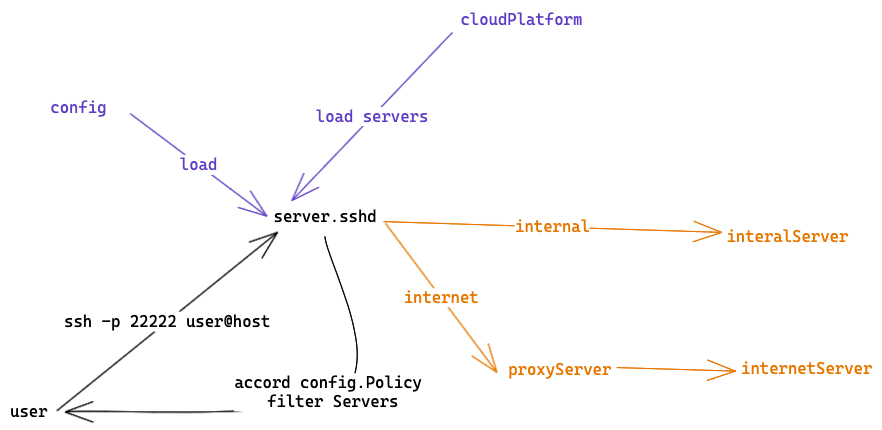
Before: .excalidraw.png, a diagram exported from Excalidraw (xops-infra/jms). Source tidied: one line per element, renumbered; positions are measured from the earlier drawing's top-left corner, leaving out a move shared by most shapes. The source it was exported from:
```json
{"id": 0, "type": "text", "text": "config", "strokeColor": "#5f3dc4", "strokeWidth": 1, "roughness": 0, "fontSize": 16, "fontFamily": 3, "x": 228, "y": 88, "width": 56, "height": 19}
{"id": 1, "type": "text", "text": "server.sshd", "strokeColor": "#000000", "strokeWidth": 1, "roughness": 0, "fontSize": 16, "fontFamily": 3, "x": 451, "y": 197, "width": 103, "height": 19}
{"id": 2, "type": "arrow", "strokeColor": "#5f3dc4", "strokeWidth": 1, "roughness": 0, "endArrowhead": "arrow", "round": true, "to": 1, "x": 308, "y": 104, "width": 136, "height": 102, "points": [[0, 0], [136, 102]]}
{"id": 3, "type": "text", "text": "load", "strokeColor": "#5f3dc4", "strokeWidth": 1, "roughness": 0, "fontSize": 16, "fontFamily": 3, "textAlign": "center", "verticalAlign": "middle", "inside": 2, "x": 37, "y": 430, "width": 38, "height": 19}
{"id": 4, "type": "text", "text": "cloudPlatform", "strokeColor": "#5f3dc4", "strokeWidth": 1, "roughness": 0, "fontSize": 16, "fontFamily": 3, "x": 638, "y": 0, "width": 122, "height": 19}
{"id": 5, "type": "arrow", "strokeColor": "#5f3dc4", "strokeWidth": 1, "roughness": 0, "endArrowhead": "arrow", "round": true, "from": 4, "to": 1, "x": 630, "y": 23, "width": 160, "height": 168, "points": [[0, 0], [-160, 168]]}
{"id": 6, "type": "text", "text": "load servers", "strokeColor": "#5f3dc4", "strokeWidth": 1, "roughness": 0, "fontSize": 16, "fontFamily": 3, "textAlign": "center", "verticalAlign": "middle", "inside": 5, "x": 0, "y": 633, "width": 112, "height": 19}
{"id": 7, "type": "text", "text": "interalServer", "strokeColor": "#e67700", "strokeWidth": 1, "roughness": 0, "fontSize": 16, "fontFamily": 3, "x": 904, "y": 217, "width": 122, "height": 19}
{"id": 8, "type": "text", "text": "internetServer", "strokeColor": "#e67700", "strokeWidth": 1, "roughness": 0, "fontSize": 16, "fontFamily": 3, "x": 919, "y": 349, "width": 131, "height": 19}
{"id": 9, "type": "text", "text": "proxyServer", "strokeColor": "#e67700", "strokeWidth": 1, "roughness": 0, "fontSize": 16, "fontFamily": 3, "x": 686, "y": 350, "width": 103, "height": 19}
{"id": 10, "type": "arrow", "strokeColor": "#e67700", "strokeWidth": 1, "roughness": 0, "endArrowhead": "arrow", "round": true, "from": 1, "to": 7, "x": 561, "y": 212, "width": 338, "height": 11, "points": [[0, 0], [338, 11]]}
{"id": 11, "type": "text", "text": "internal", "strokeColor": "#e67700", "strokeWidth": 1, "roughness": 0, "fontSize": 16, "fontFamily": 3, "textAlign": "center", "verticalAlign": "middle", "inside": 10, "x": 100, "y": 727, "width": 75, "height": 19}
{"id": 12, "type": "arrow", "strokeColor": "#e67700", "strokeWidth": 1, "roughness": 0, "endArrowhead": "arrow", "round": true, "from": 1, "to": 9, "x": 563, "y": 213, "width": 112, "height": 149, "points": [[0, 0], [112, 149]]}
{"id": 13, "type": "text", "text": "internet", "strokeColor": "#e67700", "strokeWidth": 1, "roughness": 0, "fontSize": 16, "fontFamily": 3, "textAlign": "center", "verticalAlign": "middle", "inside": 12, "x": 177, "y": 686, "width": 75, "height": 19}
{"id": 14, "type": "arrow", "strokeColor": "#e67700", "strokeWidth": 1, "roughness": 0, "endArrowhead": "arrow", "round": true, "from": 9, "to": 8, "x": 795, "y": 358, "width": 119, "height": 4, "points": [[0, 0], [119, 4]]}
{"id": 15, "type": "text", "text": "user", "strokeColor": "#000000", "strokeWidth": 1, "roughness": 0, "fontSize": 16, "fontFamily": 3, "x": 188, "y": 392, "width": 38, "height": 19}
{"id": 16, "type": "arrow", "strokeColor": "#000000", "strokeWidth": 1, "roughness": 0, "endArrowhead": "arrow", "round": true, "from": 15, "to": 1, "x": 235, "y": 401, "width": 221, "height": 178, "points": [[0, 0], [221, -178]]}
{"id": 17, "type": "text", "text": "ssh -p 22222 user@host", "strokeColor": "#000000", "strokeWidth": 1, "roughness": 0, "fontSize": 16, "fontFamily": 3, "textAlign": "center", "verticalAlign": "middle", "inside": 16, "x": 224, "y": 375, "width": 206, "height": 19}
{"id": 18, "type": "arrow", "strokeColor": "#000000", "strokeWidth": 1, "roughness": 0, "endArrowhead": "arrow", "round": true, "from": 1, "to": 15, "x": 495, "y": 227, "width": 276, "height": 175, "points": [[0, 0], [16, 156], [-260, 175]]}
{"id": 19, "type": "text", "text": "accord config.Policy \nfilter Servers", "strokeColor": "#000000", "strokeWidth": 1, "roughness": 0, "fontSize": 16, "fontFamily": 3, "textAlign": "center", "verticalAlign": "middle", "inside": 18, "x": 412, "y": 363, "width": 197, "height": 38}
```
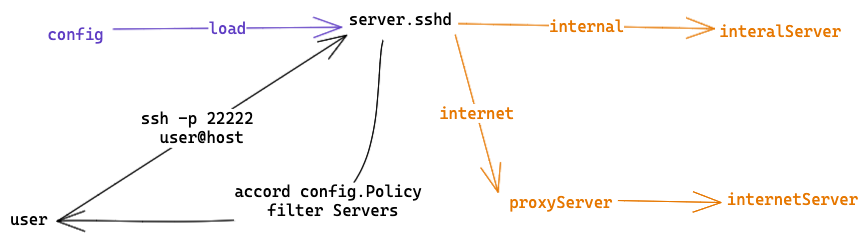
The same file after the commit.

The edit, as a diff of the source:
```diff
@@ -1,20 +1,17 @@
-{"id": 0, "type": "text", "text": "config", "strokeColor": "#5f3dc4", "strokeWidth": 1, "roughness": 0, "fontSize": 16, "fontFamily": 3, "x": 228, "y": 88, "width": 56, "height": 19}
+{"id": 0, "type": "text", "text": "config", "strokeColor": "#5f3dc4", "strokeWidth": 1, "roughness": 0, "fontSize": 16, "fontFamily": 3, "x": 225, "y": 206, "width": 56, "height": 19}
-{"id": 1, "type": "text", "text": "server.sshd", "strokeColor": "#000000", "strokeWidth": 1, "roughness": 0, "fontSize": 16, "fontFamily": 3, "x": 451, "y": 197, "width": 103, "height": 19}
+{"id": 1, "type": "text", "text": "server.sshd", "strokeColor": "#000000", "strokeWidth": 1, "roughness": 0, "fontSize": 16, "fontFamily": 3, "x": 527, "y": 191, "width": 103, "height": 19}
-{"id": 2, "type": "arrow", "strokeColor": "#5f3dc4", "strokeWidth": 1, "roughness": 0, "endArrowhead": "arrow", "round": true, "to": 1, "x": 308, "y": 104, "width": 136, "height": 102, "points": [[0, 0], [136, 102]]}
+{"id": 2, "type": "arrow", "strokeColor": "#5f3dc4", "strokeWidth": 1, "roughness": 0, "endArrowhead": "arrow", "round": true, "from": 0, "to": 1, "x": 291, "y": 210, "width": 228, "height": 2, "points": [[0, 0], [228, -2]]}
 {"id": 3, "type": "text", "text": "load", "strokeColor": "#5f3dc4", "strokeWidth": 1, "roughness": 0, "fontSize": 16, "fontFamily": 3, "textAlign": "center", "verticalAlign": "middle", "inside": 2, "x": 37, "y": 430, "width": 38, "height": 19}
-{"id": 4, "type": "text", "text": "cloudPlatform", "strokeColor": "#5f3dc4", "strokeWidth": 1, "roughness": 0, "fontSize": 16, "fontFamily": 3, "x": 638, "y": 0, "width": 122, "height": 19}
-{"id": 5, "type": "arrow", "strokeColor": "#5f3dc4", "strokeWidth": 1, "roughness": 0, "endArrowhead": "arrow", "round": true, "from": 4, "to": 1, "x": 630, "y": 23, "width": 160, "height": 168, "points": [[0, 0], [-160, 168]]}
-{"id": 6, "type": "text", "text": "load servers", "strokeColor": "#5f3dc4", "strokeWidth": 1, "roughness": 0, "fontSize": 16, "fontFamily": 3, "textAlign": "center", "verticalAlign": "middle", "inside": 5, "x": 0, "y": 633, "width": 112, "height": 19}
-{"id": 7, "type": "text", "text": "interalServer", "strokeColor": "#e67700", "strokeWidth": 1, "roughness": 0, "fontSize": 16, "fontFamily": 3, "x": 904, "y": 217, "width": 122, "height": 19}
+{"id": 7, "type": "text", "text": "interalServer", "strokeColor": "#e67700", "strokeWidth": 1, "roughness": 0, "fontSize": 16, "fontFamily": 3, "x": 897, "y": 204, "width": 122, "height": 19}
-{"id": 8, "type": "text", "text": "internetServer", "strokeColor": "#e67700", "strokeWidth": 1, "roughness": 0, "fontSize": 16, "fontFamily": 3, "x": 919, "y": 349, "width": 131, "height": 19}
+{"id": 8, "type": "text", "text": "internetServer", "strokeColor": "#e67700", "strokeWidth": 1, "roughness": 0, "fontSize": 16, "fontFamily": 3, "x": 905, "y": 371, "width": 131, "height": 19}
-{"id": 9, "type": "text", "text": "proxyServer", "strokeColor": "#e67700", "strokeWidth": 1, "roughness": 0, "fontSize": 16, "fontFamily": 3, "x": 686, "y": 350, "width": 103, "height": 19}
+{"id": 9, "type": "text", "text": "proxyServer", "strokeColor": "#e67700", "strokeWidth": 1, "roughness": 0, "fontSize": 16, "fontFamily": 3, "x": 687, "y": 374, "width": 103, "height": 19}
-{"id": 10, "type": "arrow", "strokeColor": "#e67700", "strokeWidth": 1, "roughness": 0, "endArrowhead": "arrow", "round": true, "from": 1, "to": 7, "x": 561, "y": 212, "width": 338, "height": 11, "points": [[0, 0], [338, 11]]}
+{"id": 10, "type": "arrow", "strokeColor": "#e67700", "strokeWidth": 1, "roughness": 0, "endArrowhead": "arrow", "round": true, "from": 1, "to": 7, "x": 636, "y": 205, "width": 256, "height": 5, "points": [[0, 0], [256, 5]]}
-{"id": 11, "type": "text", "text": "internal", "strokeColor": "#e67700", "strokeWidth": 1, "roughness": 0, "fontSize": 16, "fontFamily": 3, "textAlign": "center", "verticalAlign": "middle", "inside": 10, "x": 100, "y": 727, "width": 75, "height": 19}
+{"id": 11, "type": "text", "text": "internal", "strokeColor": "#e67700", "strokeWidth": 1, "roughness": 0, "fontSize": 16, "fontFamily": 3, "textAlign": "center", "verticalAlign": "middle", "inside": 10, "x": 693, "y": 207, "width": 75, "height": 19}
-{"id": 12, "type": "arrow", "strokeColor": "#e67700", "strokeWidth": 1, "roughness": 0, "endArrowhead": "arrow", "round": true, "from": 1, "to": 9, "x": 563, "y": 213, "width": 112, "height": 149, "points": [[0, 0], [112, 149]]}
+{"id": 12, "type": "arrow", "strokeColor": "#e67700", "strokeWidth": 1, "roughness": 0, "endArrowhead": "arrow", "round": true, "from": 1, "to": 9, "x": 633, "y": 216, "width": 43, "height": 157, "points": [[0, 0], [43, 157]]}
-{"id": 13, "type": "text", "text": "internet", "strokeColor": "#e67700", "strokeWidth": 1, "roughness": 0, "fontSize": 16, "fontFamily": 3, "textAlign": "center", "verticalAlign": "middle", "inside": 12, "x": 177, "y": 686, "width": 75, "height": 19}
+{"id": 13, "type": "text", "text": "internet", "strokeColor": "#e67700", "strokeWidth": 1, "roughness": 0, "fontSize": 16, "fontFamily": 3, "textAlign": "center", "verticalAlign": "middle", "inside": 12, "x": 617, "y": 285, "width": 75, "height": 19}
-{"id": 14, "type": "arrow", "strokeColor": "#e67700", "strokeWidth": 1, "roughness": 0, "endArrowhead": "arrow", "round": true, "from": 9, "to": 8, "x": 795, "y": 358, "width": 119, "height": 4, "points": [[0, 0], [119, 4]]}
+{"id": 14, "type": "arrow", "strokeColor": "#e67700", "strokeWidth": 1, "roughness": 0, "endArrowhead": "arrow", "round": true, "from": 9, "to": 8, "x": 796, "y": 382, "width": 103, "height": 2, "points": [[0, 0], [103, 2]]}
 {"id": 15, "type": "text", "text": "user", "strokeColor": "#000000", "strokeWidth": 1, "roughness": 0, "fontSize": 16, "fontFamily": 3, "x": 188, "y": 392, "width": 38, "height": 19}
-{"id": 16, "type": "arrow", "strokeColor": "#000000", "strokeWidth": 1, "roughness": 0, "endArrowhead": "arrow", "round": true, "from": 15, "to": 1, "x": 235, "y": 401, "width": 221, "height": 178, "points": [[0, 0], [221, -178]]}
+{"id": 16, "type": "arrow", "strokeColor": "#000000", "strokeWidth": 1, "roughness": 0, "endArrowhead": "arrow", "round": true, "from": 15, "to": 1, "x": 235, "y": 403, "width": 290, "height": 186, "points": [[0, 0], [290, -186]]}
-{"id": 17, "type": "text", "text": "ssh -p 22222 user@host", "strokeColor": "#000000", "strokeWidth": 1, "roughness": 0, "fontSize": 16, "fontFamily": 3, "textAlign": "center", "verticalAlign": "middle", "inside": 16, "x": 224, "y": 375, "width": 206, "height": 19}
+{"id": 17, "type": "text", "text": "ssh -p 22222 \nuser@host", "strokeColor": "#000000", "strokeWidth": 1, "roughness": 0, "fontSize": 16, "fontFamily": 3, "textAlign": "center", "verticalAlign": "middle", "inside": 16, "x": 224, "y": 375, "width": 122, "height": 38}
-{"id": 18, "type": "arrow", "strokeColor": "#000000", "strokeWidth": 1, "roughness": 0, "endArrowhead": "arrow", "round": true, "from": 1, "to": 15, "x": 495, "y": 227, "width": 276, "height": 175, "points": [[0, 0], [16, 156], [-260, 175]]}
+{"id": 18, "type": "arrow", "strokeColor": "#000000", "strokeWidth": 1, "roughness": 0, "endArrowhead": "arrow", "round": true, "from": 1, "to": 15, "x": 561, "y": 221, "width": 326, "height": 181, "points": [[0, 0], [-50, 162], [-326, 181]]}
 {"id": 19, "type": "text", "text": "accord config.Policy \nfilter Servers", "strokeColor": "#000000", "strokeWidth": 1, "roughness": 0, "fontSize": 16, "fontFamily": 3, "textAlign": "center", "verticalAlign": "middle", "inside": 18, "x": 412, "y": 363, "width": 197, "height": 38}
```
